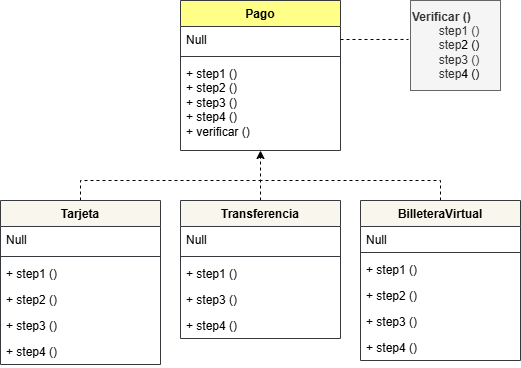
Earlier version of the draw.io export src/Pagos/UML.png (saenzlucas/UNQShop). Source tidied: cells renumbered, new cells last; positions are measured from the earlier drawing's top-left corner, leaving out a move shared by most shapes.
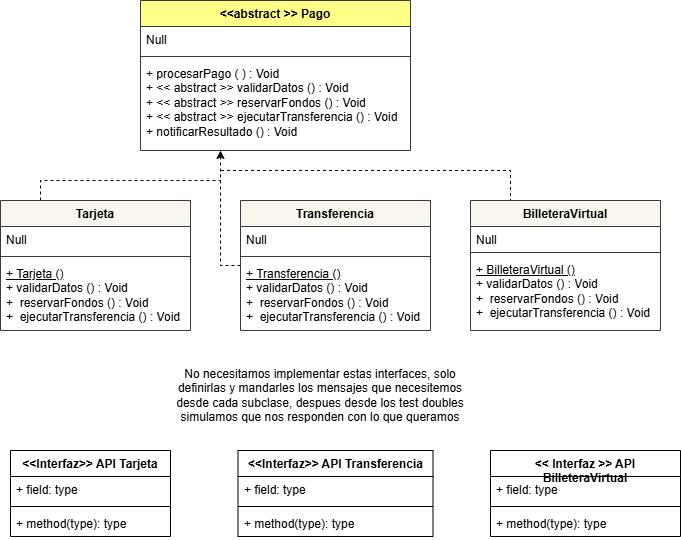
Above is the later version.

Commit message:
Se desarrolla patron Template Method

Change to the diagram source:
```diff
@@ -2,104 +2,113 @@
   <root>
     <mxCell id="0" />
     <mxCell id="1" parent="0" />
-    <mxCell id="2" value="Pago&lt;div&gt;&lt;br&gt;&lt;/div&gt;" style="swimlane;fontStyle=1;align=center;verticalAlign=top;horizontal=1;startSize=26;whiteSpace=wrap;html=1;fillColor=#ffff88;strokeColor=#36393d;" parent="1" vertex="1">
-      <mxGeometry x="180" width="160" height="150" as="geometry" />
-    </mxCell>
-    <mxCell id="3" value="Null&lt;div&gt;&lt;br&gt;&lt;/div&gt;" style="text;strokeColor=none;fillColor=none;align=left;verticalAlign=top;spacingLeft=4;spacingRight=4;overflow=hidden;points=[[0,0.5],[1,0.5]];portConstraint=eastwest;whiteSpace=wrap;html=1;" parent="2" vertex="1">
-      <mxGeometry y="26" width="160" height="26" as="geometry" />
-    </mxCell>
-    <mxCell id="4" style="line;strokeWidth=1;fillColor=none;align=left;verticalAlign=middle;spacingTop=-1;spacingLeft=3;spacingRight=3;labelPosition=right;strokeColor=inherit;" parent="2" vertex="1">
-      <mxGeometry y="52" width="160" height="8" as="geometry" />
-    </mxCell>
-    <mxCell id="5" value="&lt;div&gt;+ step1 ()&lt;/div&gt;&lt;div&gt;&lt;span style=&quot;background-color: transparent; color: light-dark(rgb(0, 0, 0), rgb(255, 255, 255));&quot;&gt;+&amp;nbsp;&lt;/span&gt;step&lt;span style=&quot;background-color: transparent; color: light-dark(rgb(0, 0, 0), rgb(255, 255, 255));&quot;&gt;2 ()&lt;/span&gt;&lt;br&gt;&lt;/div&gt;&lt;div&gt;+ step3 ()&lt;span style=&quot;background-color: transparent; color: light-dark(rgb(0, 0, 0), rgb(255, 255, 255));&quot;&gt;&lt;br&gt;&lt;/span&gt;&lt;span style=&quot;background-color: transparent; color: light-dark(rgb(0, 0, 0), rgb(255, 255, 255));&quot;&gt;+&amp;nbsp;&lt;/span&gt;step&lt;span style=&quot;background-color: transparent; color: light-dark(rgb(0, 0, 0), rgb(255, 255, 255));&quot;&gt;4 ()&lt;/span&gt;&lt;/div&gt;&lt;div&gt;&lt;span style=&quot;background-color: transparent; color: light-dark(rgb(0, 0, 0), rgb(255, 255, 255));&quot;&gt;+ verificar ()&lt;/span&gt;&lt;/div&gt;" style="text;strokeColor=none;fillColor=none;align=left;verticalAlign=top;spacingLeft=4;spacingRight=4;overflow=hidden;whiteSpace=wrap;html=1;" parent="2" vertex="1">
-      <mxGeometry y="60" width="160" height="90" as="geometry" />
-    </mxCell>
-    <mxCell id="6" style="edgeStyle=orthogonalEdgeStyle;rounded=0;jettySize=auto;html=1;endArrow=none;endFill=0;dashed=1;" parent="1" edge="1" source="7">
-      <mxGeometry relative="1" as="geometry">
-        <mxPoint x="260" y="180" as="targetPoint" />
-        <Array as="points">
-          <mxPoint x="80" y="180" />
-        </Array>
-      </mxGeometry>
-    </mxCell>
+    <mxCell id="31" value="&amp;lt;&amp;lt;abstract &amp;gt;&amp;gt; Pago&lt;div&gt;&lt;br&gt;&lt;/div&gt;" style="swimlane;fontStyle=1;align=center;verticalAlign=top;horizontal=1;startSize=26;whiteSpace=wrap;html=1;fillColor=#ffff88;strokeColor=#36393d;" parent="1" vertex="1">
+      <mxGeometry x="180" width="270" height="150" as="geometry" />
+    </mxCell>
+    <mxCell id="32" value="Null&lt;div&gt;&lt;br&gt;&lt;/div&gt;" style="text;strokeColor=none;fillColor=none;align=left;verticalAlign=top;spacingLeft=4;spacingRight=4;overflow=hidden;whiteSpace=wrap;html=1;" parent="31" vertex="1">
+      <mxGeometry y="26" width="270" height="26" as="geometry" />
+    </mxCell>
+    <mxCell id="33" style="line;strokeWidth=1;fillColor=none;align=left;verticalAlign=middle;spacingTop=-1;spacingLeft=3;spacingRight=3;labelPosition=right;strokeColor=inherit;" parent="31" vertex="1">
+      <mxGeometry y="52" width="270" height="8" as="geometry" />
+    </mxCell>
+    <mxCell id="34" value="+ procesarPago ( ) : Void&lt;div&gt;+ &amp;lt;&amp;lt; abstract &amp;gt;&amp;gt; validarDatos () : Void&lt;/div&gt;&lt;div&gt;+ &amp;lt;&amp;lt; abstract &amp;gt;&amp;gt; reservarFondos () : Void&lt;/div&gt;&lt;div&gt;+ &amp;lt;&amp;lt; abstract &amp;gt;&amp;gt; ejecutarTransferencia () : Void&lt;/div&gt;&lt;div&gt;+ notificarResultado () : Void&lt;/div&gt;" style="text;strokeColor=none;fillColor=none;align=left;verticalAlign=top;spacingLeft=4;spacingRight=4;overflow=hidden;whiteSpace=wrap;html=1;" parent="31" vertex="1">
+      <mxGeometry y="60" width="270" height="90" as="geometry" />
+    </mxCell>
+    <mxCell id="35" style="edgeStyle=orthogonalEdgeStyle;rounded=0;jettySize=auto;html=1;endArrow=none;endFill=0;dashed=1;" parent="1" edge="1" source="7">
+      <mxGeometry relative="1" as="geometry">
+        <mxPoint x="260" y="180" as="targetPoint" />
+        <Array as="points">
+          <mxPoint x="80" y="180" />
+        </Array>
+      </mxGeometry>
+    </mxCell>
     <mxCell id="7" value="Tarjeta" style="swimlane;fontStyle=1;align=center;verticalAlign=top;horizontal=1;startSize=26;whiteSpace=wrap;html=1;fillColor=#f9f7ed;strokeColor=#36393d;" parent="1" vertex="1">
-      <mxGeometry y="200" width="160" height="164" as="geometry" />
+      <mxGeometry x="40" y="200" width="190" height="130" as="geometry" />
     </mxCell>
-    <mxCell id="8" value="Null&lt;div&gt;&lt;br&gt;&lt;/div&gt;" style="text;strokeColor=none;fillColor=none;align=left;verticalAlign=top;spacingLeft=4;spacingRight=4;overflow=hidden;whiteSpace=wrap;html=1;" parent="7" vertex="1">
-      <mxGeometry y="26" width="160" height="26" as="geometry" />
-    </mxCell>
-    <mxCell id="9" style="line;strokeWidth=1;fillColor=none;align=left;verticalAlign=middle;spacingTop=-1;spacingLeft=3;spacingRight=3;labelPosition=right;strokeColor=inherit;" parent="7" vertex="1">
-      <mxGeometry y="52" width="160" height="8" as="geometry" />
-    </mxCell>
-    <mxCell id="10" value="+ step1 ()" style="text;strokeColor=none;fillColor=none;align=left;verticalAlign=top;spacingLeft=4;spacingRight=4;overflow=hidden;whiteSpace=wrap;html=1;" parent="7" vertex="1">
-      <mxGeometry y="60" width="160" height="26" as="geometry" />
-    </mxCell>
-    <mxCell id="11" value="+ step2 ()" style="text;strokeColor=none;fillColor=none;align=left;verticalAlign=top;spacingLeft=4;spacingRight=4;overflow=hidden;whiteSpace=wrap;html=1;" parent="7" vertex="1">
-      <mxGeometry y="86" width="160" height="26" as="geometry" />
-    </mxCell>
-    <mxCell id="12" value="+ step3 ()" style="text;strokeColor=none;fillColor=none;align=left;verticalAlign=top;spacingLeft=4;spacingRight=4;overflow=hidden;whiteSpace=wrap;html=1;" parent="7" vertex="1">
-      <mxGeometry y="112" width="160" height="26" as="geometry" />
-    </mxCell>
-    <mxCell id="13" value="+ step4 ()" style="text;strokeColor=none;fillColor=none;align=left;verticalAlign=top;spacingLeft=4;spacingRight=4;overflow=hidden;whiteSpace=wrap;html=1;" parent="7" vertex="1">
-      <mxGeometry y="138" width="160" height="26" as="geometry" />
-    </mxCell>
-    <mxCell id="14" style="edgeStyle=orthogonalEdgeStyle;rounded=0;jettySize=auto;html=1;dashed=1;" parent="1" edge="1" source="15">
-      <mxGeometry relative="1" as="geometry">
-        <mxPoint x="260" y="150" as="targetPoint" />
-      </mxGeometry>
-    </mxCell>
+    <mxCell id="36" value="Null&lt;div&gt;&lt;br&gt;&lt;/div&gt;" style="text;strokeColor=none;fillColor=none;align=left;verticalAlign=top;spacingLeft=4;spacingRight=4;overflow=hidden;whiteSpace=wrap;html=1;" parent="7" vertex="1">
+      <mxGeometry y="26" width="190" height="26" as="geometry" />
+    </mxCell>
+    <mxCell id="37" style="line;strokeWidth=1;fillColor=none;align=left;verticalAlign=middle;spacingTop=-1;spacingLeft=3;spacingRight=3;labelPosition=right;strokeColor=inherit;" parent="7" vertex="1">
+      <mxGeometry y="52" width="190" height="8" as="geometry" />
+    </mxCell>
+    <mxCell id="38" value="&lt;div&gt;&lt;u&gt;+ Tarjeta ()&lt;/u&gt;&lt;/div&gt;&lt;div&gt;+ validarDatos () : Void&lt;/div&gt;&lt;div&gt;+&amp;nbsp; reservarFondos () : Void&lt;/div&gt;&lt;div&gt;+&amp;nbsp; ejecutarTransferencia () : Void&lt;/div&gt;" style="text;strokeColor=none;fillColor=none;align=left;verticalAlign=top;spacingLeft=4;spacingRight=4;overflow=hidden;whiteSpace=wrap;html=1;" parent="7" vertex="1">
+      <mxGeometry y="60" width="190" height="70" as="geometry" />
+    </mxCell>
+    <mxCell id="39" style="edgeStyle=orthogonalEdgeStyle;rounded=0;jettySize=auto;html=1;dashed=1;" parent="1" edge="1" source="15">
+      <mxGeometry relative="1" as="geometry">
+        <mxPoint x="260" y="150" as="targetPoint" />
+      </mxGeometry>
+    </mxCell>
     <mxCell id="15" value="Transferencia" style="swimlane;fontStyle=1;align=center;verticalAlign=top;horizontal=1;startSize=26;whiteSpace=wrap;html=1;fillColor=#f9f7ed;strokeColor=#36393d;" parent="1" vertex="1">
-      <mxGeometry x="180" y="200" width="160" height="138" as="geometry" />
+      <mxGeometry x="280" y="200" width="190" height="130" as="geometry" />
     </mxCell>
-    <mxCell id="16" value="Null&lt;div&gt;&lt;br&gt;&lt;/div&gt;" style="text;strokeColor=none;fillColor=none;align=left;verticalAlign=top;spacingLeft=4;spacingRight=4;overflow=hidden;whiteSpace=wrap;html=1;" parent="15" vertex="1">
-      <mxGeometry y="26" width="160" height="26" as="geometry" />
-    </mxCell>
-    <mxCell id="17" style="line;strokeWidth=1;fillColor=none;align=left;verticalAlign=middle;spacingTop=-1;spacingLeft=3;spacingRight=3;labelPosition=right;strokeColor=inherit;" parent="15" vertex="1">
-      <mxGeometry y="52" width="160" height="8" as="geometry" />
-    </mxCell>
-    <mxCell id="18" value="+ step1 ()" style="text;strokeColor=none;fillColor=none;align=left;verticalAlign=top;spacingLeft=4;spacingRight=4;overflow=hidden;whiteSpace=wrap;html=1;" parent="15" vertex="1">
-      <mxGeometry y="60" width="160" height="26" as="geometry" />
-    </mxCell>
-    <mxCell id="19" value="+ step3 ()" style="text;strokeColor=none;fillColor=none;align=left;verticalAlign=top;spacingLeft=4;spacingRight=4;overflow=hidden;whiteSpace=wrap;html=1;" parent="15" vertex="1">
-      <mxGeometry y="86" width="160" height="26" as="geometry" />
-    </mxCell>
-    <mxCell id="20" value="+ step4&lt;span style=&quot;background-color: transparent; color: light-dark(rgb(0, 0, 0), rgb(255, 255, 255));&quot;&gt;&amp;nbsp;()&lt;/span&gt;" style="text;strokeColor=none;fillColor=none;align=left;verticalAlign=top;spacingLeft=4;spacingRight=4;overflow=hidden;whiteSpace=wrap;html=1;" parent="15" vertex="1">
-      <mxGeometry y="112" width="160" height="26" as="geometry" />
-    </mxCell>
-    <mxCell id="21" style="edgeStyle=orthogonalEdgeStyle;rounded=0;jettySize=auto;html=1;endArrow=none;endFill=0;dashed=1;" parent="1" edge="1" source="22">
-      <mxGeometry relative="1" as="geometry">
-        <mxPoint x="260" y="180" as="targetPoint" />
-        <Array as="points">
-          <mxPoint x="440" y="180" />
-        </Array>
-      </mxGeometry>
-    </mxCell>
+    <mxCell id="40" value="Null&lt;div&gt;&lt;br&gt;&lt;/div&gt;" style="text;strokeColor=none;fillColor=none;align=left;verticalAlign=top;spacingLeft=4;spacingRight=4;overflow=hidden;whiteSpace=wrap;html=1;" parent="15" vertex="1">
+      <mxGeometry y="26" width="190" height="26" as="geometry" />
+    </mxCell>
+    <mxCell id="41" style="line;strokeWidth=1;fillColor=none;align=left;verticalAlign=middle;spacingTop=-1;spacingLeft=3;spacingRight=3;labelPosition=right;strokeColor=inherit;" parent="15" vertex="1">
+      <mxGeometry y="52" width="190" height="8" as="geometry" />
+    </mxCell>
+    <mxCell id="42" value="&lt;div&gt;&lt;u&gt;+ Transferencia ()&lt;/u&gt;&lt;/div&gt;&lt;div&gt;+ validarDatos () : Void&lt;/div&gt;&lt;div&gt;+&amp;nbsp; reservarFondos () : Void&lt;/div&gt;&lt;div&gt;+&amp;nbsp; ejecutarTransferencia () : Void&lt;/div&gt;" style="text;strokeColor=none;fillColor=none;align=left;verticalAlign=top;spacingLeft=4;spacingRight=4;overflow=hidden;whiteSpace=wrap;html=1;" parent="15" vertex="1">
+      <mxGeometry y="60" width="190" height="70" as="geometry" />
+    </mxCell>
+    <mxCell id="43" style="edgeStyle=orthogonalEdgeStyle;rounded=0;jettySize=auto;html=1;endArrow=none;endFill=0;dashed=1;exitX=0.25;exitY=0;exitDx=0;exitDy=0;" parent="1" edge="1" source="22">
+      <mxGeometry relative="1" as="geometry">
+        <mxPoint x="260" y="170" as="targetPoint" />
+        <Array as="points">
+          <mxPoint x="550" y="170" />
+        </Array>
+      </mxGeometry>
+    </mxCell>
     <mxCell id="22" value="BilleteraVirtual" style="swimlane;fontStyle=1;align=center;verticalAlign=top;horizontal=1;startSize=26;whiteSpace=wrap;html=1;fillColor=#f9f7ed;strokeColor=#36393d;" parent="1" vertex="1">
-      <mxGeometry x="360" y="200" width="160" height="160" as="geometry" />
+      <mxGeometry x="510" y="200" width="190" height="130" as="geometry" />
     </mxCell>
-    <mxCell id="23" value="Null&lt;div&gt;&lt;br&gt;&lt;/div&gt;" style="text;strokeColor=none;fillColor=none;align=left;verticalAlign=top;spacingLeft=4;spacingRight=4;overflow=hidden;whiteSpace=wrap;html=1;" parent="22" vertex="1">
-      <mxGeometry y="26" width="160" height="22" as="geometry" />
-    </mxCell>
-    <mxCell id="24" style="line;strokeWidth=1;fillColor=none;align=left;verticalAlign=middle;spacingTop=-1;spacingLeft=3;spacingRight=3;labelPosition=right;strokeColor=inherit;" parent="22" vertex="1">
-      <mxGeometry y="48" width="160" height="8" as="geometry" />
-    </mxCell>
-    <mxCell id="25" value="+ step1 ()" style="text;strokeColor=none;fillColor=none;align=left;verticalAlign=top;spacingLeft=4;spacingRight=4;overflow=hidden;whiteSpace=wrap;html=1;" parent="22" vertex="1">
-      <mxGeometry y="56" width="160" height="26" as="geometry" />
-    </mxCell>
-    <mxCell id="26" value="+ step2 ()" style="text;strokeColor=none;fillColor=none;align=left;verticalAlign=top;spacingLeft=4;spacingRight=4;overflow=hidden;whiteSpace=wrap;html=1;" parent="22" vertex="1">
-      <mxGeometry y="82" width="160" height="26" as="geometry" />
-    </mxCell>
-    <mxCell id="27" value="+ step3 ()" style="text;strokeColor=none;fillColor=none;align=left;verticalAlign=top;spacingLeft=4;spacingRight=4;overflow=hidden;whiteSpace=wrap;html=1;" parent="22" vertex="1">
-      <mxGeometry y="108" width="160" height="26" as="geometry" />
-    </mxCell>
-    <mxCell id="28" value="+ step4 ()" style="text;strokeColor=none;fillColor=none;align=left;verticalAlign=top;spacingLeft=4;spacingRight=4;overflow=hidden;whiteSpace=wrap;html=1;" parent="22" vertex="1">
-      <mxGeometry y="134" width="160" height="26" as="geometry" />
-    </mxCell>
-    <mxCell id="29" value="&lt;b&gt;Verificar ()&lt;/b&gt;&lt;div&gt;&lt;span style=&quot;white-space: pre;&quot;&gt;&#9;&lt;/span&gt;step1 ()&lt;/div&gt;&lt;div&gt;&lt;span style=&quot;white-space: pre;&quot;&gt;&#9;&lt;/span&gt;step&lt;span style=&quot;background-color: transparent; color: light-dark(rgb(0, 0, 0), rgb(255, 255, 255));&quot;&gt;2 ()&lt;/span&gt;&lt;br&gt;&lt;/div&gt;&lt;div&gt;&lt;span style=&quot;background-color: transparent; color: light-dark(rgb(0, 0, 0), rgb(255, 255, 255));&quot;&gt;&lt;span style=&quot;white-space: pre;&quot;&gt;&#9;&lt;/span&gt;&lt;/span&gt;step3 ()&lt;span style=&quot;background-color: transparent; color: light-dark(rgb(0, 0, 0), rgb(255, 255, 255));&quot;&gt;&lt;br&gt;&lt;/span&gt;&lt;span style=&quot;background-color: transparent; color: light-dark(rgb(0, 0, 0), rgb(255, 255, 255));&quot;&gt;&lt;span style=&quot;white-space: pre;&quot;&gt;&#9;&lt;/span&gt;&lt;/span&gt;step&lt;span style=&quot;background-color: transparent; color: light-dark(rgb(0, 0, 0), rgb(255, 255, 255));&quot;&gt;4 ()&lt;/span&gt;&lt;/div&gt;" style="html=1;whiteSpace=wrap;align=left;fillColor=#f5f5f5;strokeColor=#666666;fontColor=#333333;" parent="1" vertex="1">
-      <mxGeometry x="410" width="90" height="90" as="geometry" />
-    </mxCell>
-    <mxCell id="30" style="edgeStyle=orthogonalEdgeStyle;rounded=0;jettySize=auto;html=1;exitX=1;exitY=0.5;exitDx=0;exitDy=0;entryX=-0.022;entryY=0.433;entryDx=0;entryDy=0;entryPerimeter=0;endArrow=none;endFill=0;dashed=1;" parent="1" edge="1" source="3" target="29">
-      <mxGeometry relative="1" as="geometry" />
-    </mxCell>
+    <mxCell id="44" value="Null&lt;div&gt;&lt;br&gt;&lt;/div&gt;" style="text;strokeColor=none;fillColor=none;align=left;verticalAlign=top;spacingLeft=4;spacingRight=4;overflow=hidden;whiteSpace=wrap;html=1;" parent="22" vertex="1">
+      <mxGeometry y="26" width="190" height="22" as="geometry" />
+    </mxCell>
+    <mxCell id="45" style="line;strokeWidth=1;fillColor=none;align=left;verticalAlign=middle;spacingTop=-1;spacingLeft=3;spacingRight=3;labelPosition=right;strokeColor=inherit;" parent="22" vertex="1">
+      <mxGeometry y="48" width="190" height="8" as="geometry" />
+    </mxCell>
+    <mxCell id="46" value="&lt;div&gt;&lt;u&gt;+ BilleteraVirtual ()&lt;/u&gt;&lt;/div&gt;&lt;div&gt;+ validarDatos () : Void&lt;/div&gt;&lt;div&gt;+&amp;nbsp; reservarFondos () : Void&lt;/div&gt;&lt;div&gt;+&amp;nbsp; ejecutarTransferencia () : Void&lt;/div&gt;" style="text;strokeColor=none;fillColor=none;align=left;verticalAlign=top;spacingLeft=4;spacingRight=4;overflow=hidden;whiteSpace=wrap;html=1;" parent="22" vertex="1">
+      <mxGeometry y="56" width="190" height="74" as="geometry" />
+    </mxCell>
+    <mxCell id="47" value="&amp;lt;&amp;lt;Interfaz&amp;gt;&amp;gt; API Tarjeta" style="swimlane;fontStyle=1;align=center;verticalAlign=top;horizontal=1;startSize=26;whiteSpace=wrap;html=1;" parent="1" vertex="1">
+      <mxGeometry x="50" y="450" width="160" height="86" as="geometry" />
+    </mxCell>
+    <mxCell id="48" value="+ field: type" style="text;strokeColor=none;fillColor=none;align=left;verticalAlign=top;spacingLeft=4;spacingRight=4;overflow=hidden;whiteSpace=wrap;html=1;" parent="47" vertex="1">
+      <mxGeometry y="26" width="160" height="26" as="geometry" />
+    </mxCell>
+    <mxCell id="49" style="line;strokeWidth=1;fillColor=none;align=left;verticalAlign=middle;spacingTop=-1;spacingLeft=3;spacingRight=3;labelPosition=right;strokeColor=inherit;" parent="47" vertex="1">
+      <mxGeometry y="52" width="160" height="8" as="geometry" />
+    </mxCell>
+    <mxCell id="50" value="+ method(type): type" style="text;strokeColor=none;fillColor=none;align=left;verticalAlign=top;spacingLeft=4;spacingRight=4;overflow=hidden;whiteSpace=wrap;html=1;" parent="47" vertex="1">
+      <mxGeometry y="60" width="160" height="26" as="geometry" />
+    </mxCell>
+    <mxCell id="51" value="&amp;lt;&amp;lt;Interfaz&amp;gt;&amp;gt; API Transferencia" style="swimlane;fontStyle=1;align=center;verticalAlign=top;horizontal=1;startSize=26;whiteSpace=wrap;html=1;" parent="1" vertex="1">
+      <mxGeometry x="277.5" y="450" width="195" height="86" as="geometry" />
+    </mxCell>
+    <mxCell id="52" value="+ field: type" style="text;strokeColor=none;fillColor=none;align=left;verticalAlign=top;spacingLeft=4;spacingRight=4;overflow=hidden;whiteSpace=wrap;html=1;" parent="51" vertex="1">
+      <mxGeometry y="26" width="195" height="26" as="geometry" />
+    </mxCell>
+    <mxCell id="53" style="line;strokeWidth=1;fillColor=none;align=left;verticalAlign=middle;spacingTop=-1;spacingLeft=3;spacingRight=3;labelPosition=right;strokeColor=inherit;" parent="51" vertex="1">
+      <mxGeometry y="52" width="195" height="8" as="geometry" />
+    </mxCell>
+    <mxCell id="54" value="+ method(type): type" style="text;strokeColor=none;fillColor=none;align=left;verticalAlign=top;spacingLeft=4;spacingRight=4;overflow=hidden;whiteSpace=wrap;html=1;" parent="51" vertex="1">
+      <mxGeometry y="60" width="195" height="26" as="geometry" />
+    </mxCell>
+    <mxCell id="55" value="&amp;lt;&amp;lt; Interfaz &amp;gt;&amp;gt; API BilleteraVirtual" style="swimlane;fontStyle=1;align=center;verticalAlign=top;horizontal=1;startSize=26;whiteSpace=wrap;html=1;" parent="1" vertex="1">
+      <mxGeometry x="530" y="450" width="190" height="86" as="geometry" />
+    </mxCell>
+    <mxCell id="56" value="+ field: type" style="text;strokeColor=none;fillColor=none;align=left;verticalAlign=top;spacingLeft=4;spacingRight=4;overflow=hidden;whiteSpace=wrap;html=1;" parent="55" vertex="1">
+      <mxGeometry y="26" width="190" height="26" as="geometry" />
+    </mxCell>
+    <mxCell id="57" style="line;strokeWidth=1;fillColor=none;align=left;verticalAlign=middle;spacingTop=-1;spacingLeft=3;spacingRight=3;labelPosition=right;strokeColor=inherit;" parent="55" vertex="1">
+      <mxGeometry y="52" width="190" height="8" as="geometry" />
+    </mxCell>
+    <mxCell id="58" value="+ method(type): type" style="text;strokeColor=none;fillColor=none;align=left;verticalAlign=top;spacingLeft=4;spacingRight=4;overflow=hidden;whiteSpace=wrap;html=1;" parent="55" vertex="1">
+      <mxGeometry y="60" width="190" height="26" as="geometry" />
+    </mxCell>
+    <mxCell id="59" value="No necesitamos implementar estas interfaces, solo definirlas y mandarles los mensajes que necesitemos desde cada subclase, despues desde los test doubles simulamos que nos responden con lo que queramos" style="text;html=1;whiteSpace=wrap;strokeColor=none;fillColor=none;align=center;verticalAlign=middle;rounded=0;" parent="1" vertex="1">
+      <mxGeometry x="210" y="380" width="300" height="30" as="geometry" />
+    </mxCell>
   </root>
 </mxGraphModel>
```
